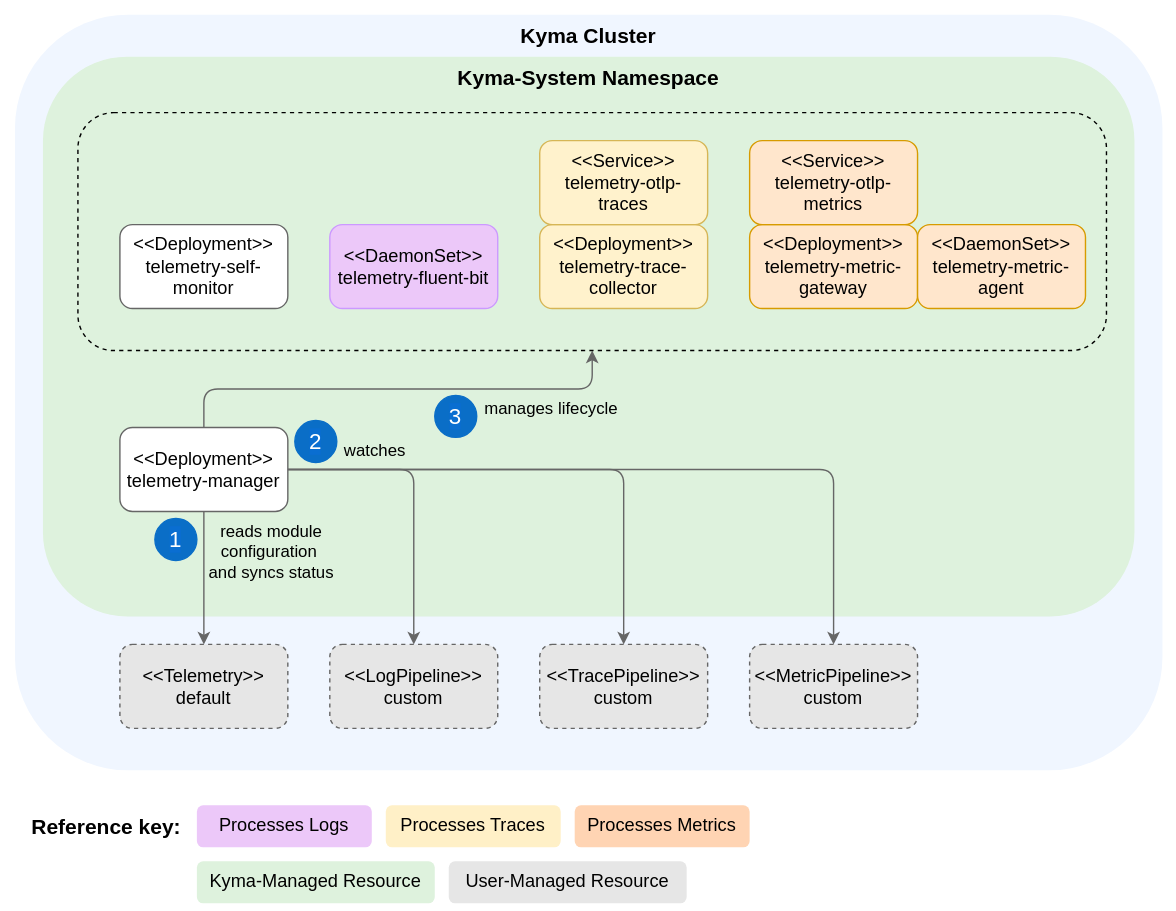
The draw.io diagram docs/user/assets/manager-resources.drawio.svg in kyma-project/telemetry-manager, before a commit. Source tidied: cells renumbered, new cells last; positions are measured from the earlier drawing's top-left corner, leaving out a move shared by most shapes.
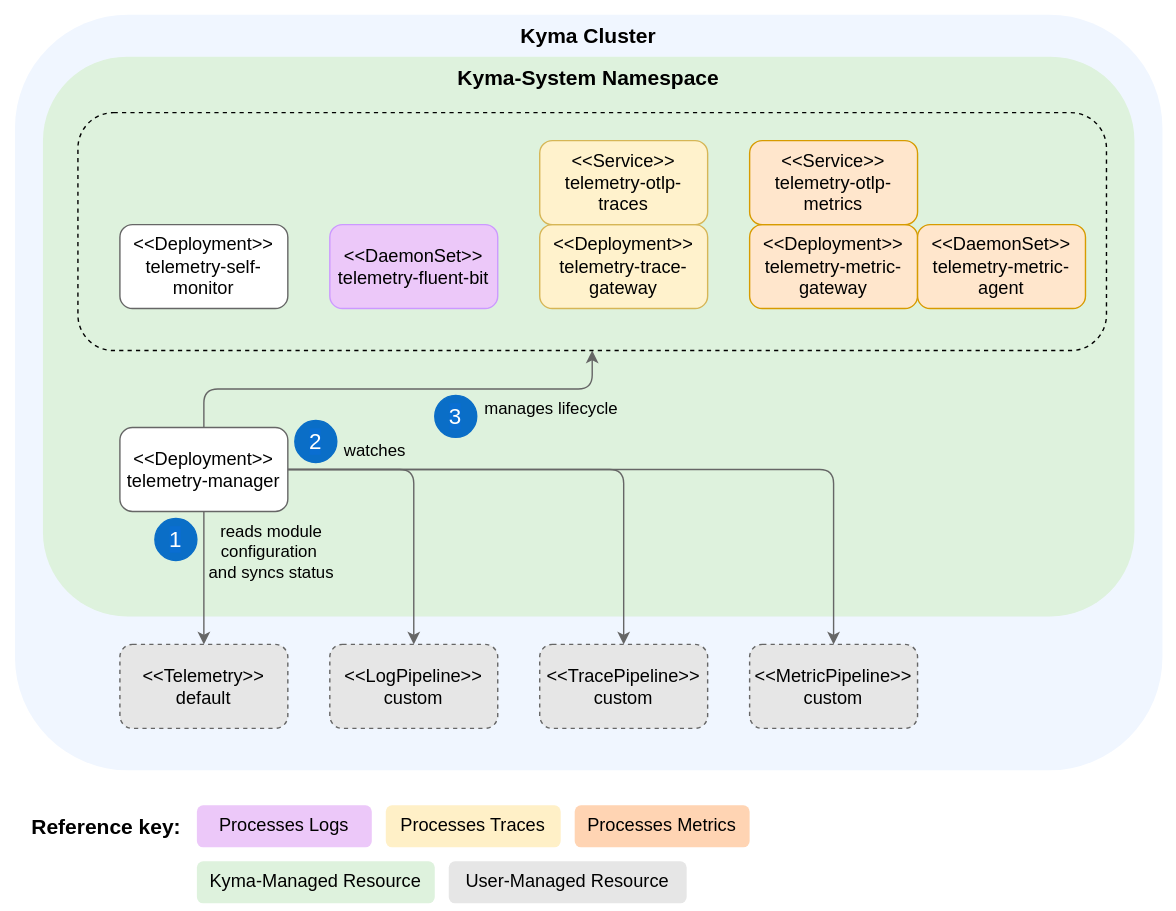
Above is the later version.

What changed in the source:
```diff
@@ -71,7 +71,7 @@
     <mxCell id="22" style="rounded=1;whiteSpace=wrap;html=1;dashed=1;fontSize=13;fillColor=none;" parent="1" vertex="1">
       <mxGeometry x="55" y="80" width="735" height="170" as="geometry" />
     </mxCell>
-    <mxCell id="23" value="&lt;font style=&quot;font-size: 13px;&quot;&gt;&amp;lt;&amp;lt;Deployment&amp;gt;&amp;gt;&lt;br style=&quot;font-size: 13px;&quot;&gt;telemetry-trace-collector&lt;/font&gt;" style="rounded=1;whiteSpace=wrap;html=1;strokeColor=#d6b656;fillColor=#fff2cc;fontSize=13;" parent="1" vertex="1">
+    <mxCell id="23" value="&lt;font style=&quot;font-size: 13px;&quot;&gt;&amp;lt;&amp;lt;Deployment&amp;gt;&amp;gt;&lt;br style=&quot;font-size: 13px;&quot;&gt;telemetry-trace-gateway&lt;/font&gt;" style="rounded=1;whiteSpace=wrap;html=1;strokeColor=#d6b656;fillColor=#fff2cc;fontSize=13;" parent="1" vertex="1">
       <mxGeometry x="385" y="160" width="120" height="60" as="geometry" />
     </mxCell>
     <mxCell id="24" value="&amp;lt;&amp;lt;DaemonSet&amp;gt;&amp;gt;&lt;br style=&quot;font-size: 13px;&quot;&gt;telemetry-fluent-bit" style="rounded=1;whiteSpace=wrap;html=1;strokeColor=#cc99ff;fontSize=13;fillColor=#ECC8F9;" parent="1" vertex="1">
```
